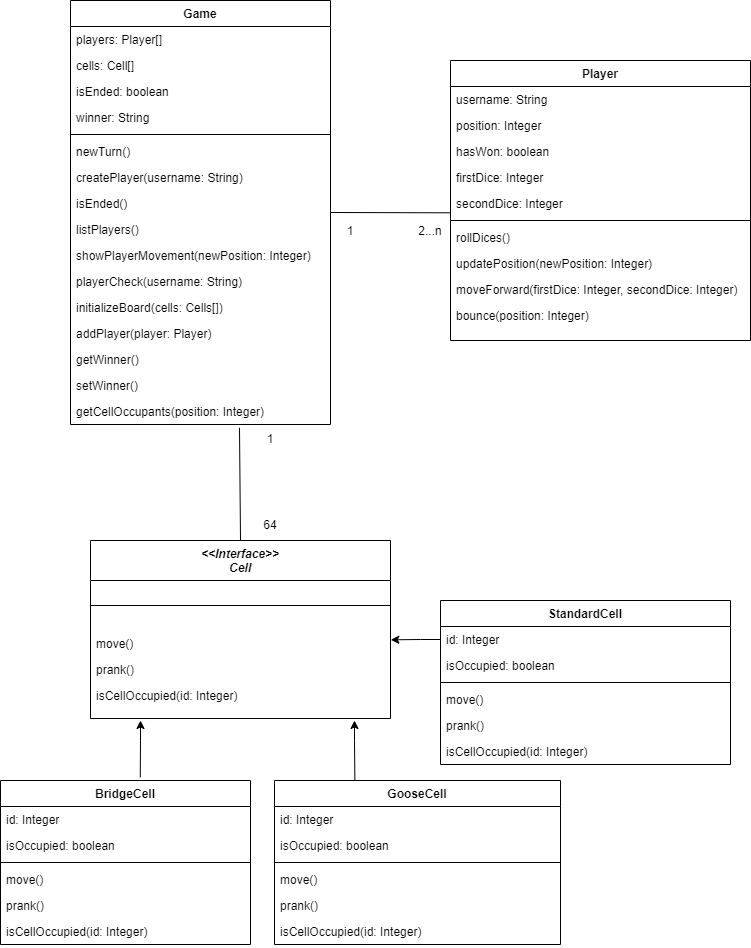
The draw.io diagram Diagrams/Class Diagram/TheGooseGame_ClassDiagram.png in diegorodolfofranco/the-goose-game, before a commit. Source tidied: cells renumbered, new cells last; positions are measured from the earlier drawing's top-left corner, leaving out a move shared by most shapes.
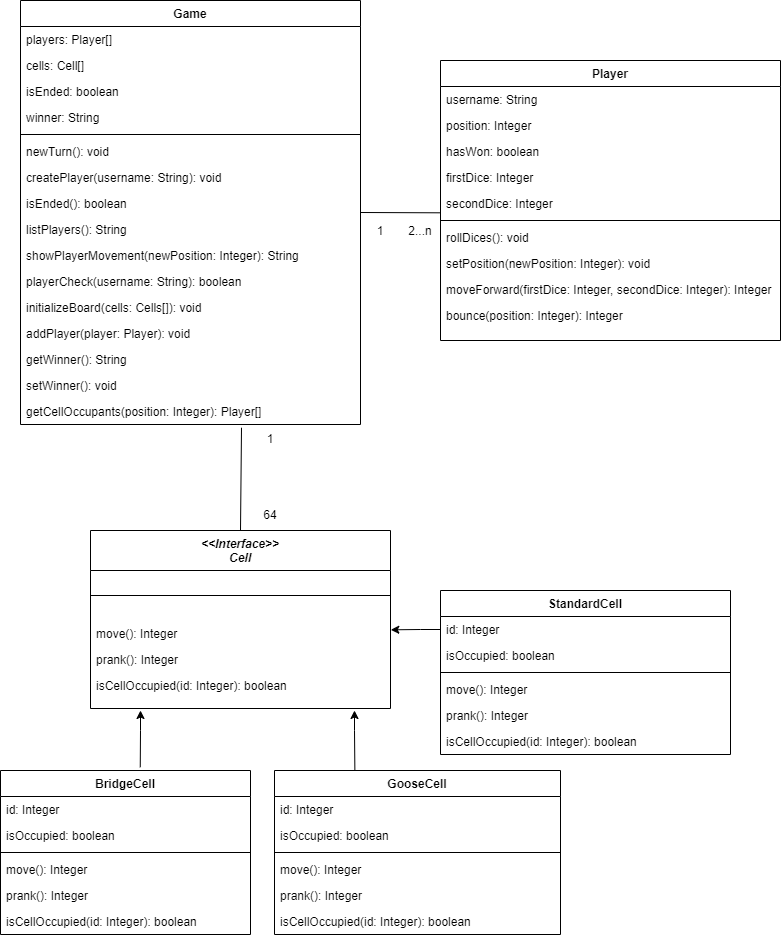
The same diagram one commit later.

The edit, as a diff of the source:
```diff
@@ -3,106 +3,106 @@
     <mxCell id="0" />
     <mxCell id="1" parent="0" />
     <mxCell id="2" value="Game" style="swimlane;fontStyle=1;align=center;verticalAlign=top;horizontal=1;startSize=26;rounded=0;shadow=0;strokeWidth=1;" parent="1" vertex="1">
-      <mxGeometry x="70" width="260" height="424" as="geometry" />
+      <mxGeometry x="-10" width="340" height="424" as="geometry" />
     </mxCell>
     <mxCell id="3" value="players: Player[]" style="text;align=left;verticalAlign=top;spacingLeft=4;spacingRight=4;overflow=hidden;" parent="2" vertex="1">
-      <mxGeometry y="26" width="260" height="26" as="geometry" />
+      <mxGeometry y="26" width="340" height="26" as="geometry" />
     </mxCell>
     <mxCell id="4" value="cells: Cell[]" style="text;align=left;verticalAlign=top;spacingLeft=4;spacingRight=4;overflow=hidden;rounded=0;shadow=0;html=0;" parent="2" vertex="1">
-      <mxGeometry y="52" width="260" height="26" as="geometry" />
+      <mxGeometry y="52" width="340" height="26" as="geometry" />
     </mxCell>
     <mxCell id="5" value="isEnded: boolean" style="text;align=left;verticalAlign=top;spacingLeft=4;spacingRight=4;overflow=hidden;rounded=0;shadow=0;html=0;" parent="2" vertex="1">
-      <mxGeometry y="78" width="260" height="26" as="geometry" />
+      <mxGeometry y="78" width="340" height="26" as="geometry" />
     </mxCell>
     <mxCell id="6" value="winner: String" style="text;align=left;verticalAlign=top;spacingLeft=4;spacingRight=4;overflow=hidden;" parent="2" vertex="1">
-      <mxGeometry y="104" width="260" height="26" as="geometry" />
+      <mxGeometry y="104" width="340" height="26" as="geometry" />
     </mxCell>
     <mxCell id="7" style="line;html=1;strokeWidth=1;align=left;verticalAlign=middle;spacingTop=-1;spacingLeft=3;spacingRight=3;labelPosition=right;" parent="2" vertex="1">
-      <mxGeometry y="130" width="260" height="8" as="geometry" />
+      <mxGeometry y="130" width="340" height="8" as="geometry" />
     </mxCell>
-    <mxCell id="8" value="newTurn()" style="text;align=left;verticalAlign=top;spacingLeft=4;spacingRight=4;overflow=hidden;" parent="2" vertex="1">
-      <mxGeometry y="138" width="260" height="26" as="geometry" />
+    <mxCell id="8" value="newTurn(): void" style="text;align=left;verticalAlign=top;spacingLeft=4;spacingRight=4;overflow=hidden;" parent="2" vertex="1">
+      <mxGeometry y="138" width="340" height="26" as="geometry" />
     </mxCell>
-    <mxCell id="9" value="createPlayer(username: String)" style="text;align=left;verticalAlign=top;spacingLeft=4;spacingRight=4;overflow=hidden;" parent="2" vertex="1">
-      <mxGeometry y="164" width="260" height="26" as="geometry" />
+    <mxCell id="9" value="createPlayer(username: String): void" style="text;align=left;verticalAlign=top;spacingLeft=4;spacingRight=4;overflow=hidden;" parent="2" vertex="1">
+      <mxGeometry y="164" width="340" height="26" as="geometry" />
     </mxCell>
-    <mxCell id="10" value="isEnded()" style="text;align=left;verticalAlign=top;spacingLeft=4;spacingRight=4;overflow=hidden;" parent="2" vertex="1">
-      <mxGeometry y="190" width="260" height="26" as="geometry" />
+    <mxCell id="10" value="isEnded(): boolean" style="text;align=left;verticalAlign=top;spacingLeft=4;spacingRight=4;overflow=hidden;" parent="2" vertex="1">
+      <mxGeometry y="190" width="340" height="26" as="geometry" />
     </mxCell>
-    <mxCell id="11" value="listPlayers()" style="text;align=left;verticalAlign=top;spacingLeft=4;spacingRight=4;overflow=hidden;" parent="2" vertex="1">
-      <mxGeometry y="216" width="260" height="26" as="geometry" />
+    <mxCell id="11" value="listPlayers(): String" style="text;align=left;verticalAlign=top;spacingLeft=4;spacingRight=4;overflow=hidden;" parent="2" vertex="1">
+      <mxGeometry y="216" width="340" height="26" as="geometry" />
     </mxCell>
-    <mxCell id="12" value="showPlayerMovement(newPosition: Integer)" style="text;align=left;verticalAlign=top;spacingLeft=4;spacingRight=4;overflow=hidden;" parent="2" vertex="1">
-      <mxGeometry y="242" width="260" height="26" as="geometry" />
+    <mxCell id="12" value="showPlayerMovement(newPosition: Integer): String" style="text;align=left;verticalAlign=top;spacingLeft=4;spacingRight=4;overflow=hidden;" parent="2" vertex="1">
+      <mxGeometry y="242" width="340" height="26" as="geometry" />
     </mxCell>
-    <mxCell id="13" value="playerCheck(username: String)" style="text;align=left;verticalAlign=top;spacingLeft=4;spacingRight=4;overflow=hidden;" parent="2" vertex="1">
-      <mxGeometry y="268" width="260" height="26" as="geometry" />
+    <mxCell id="13" value="playerCheck(username: String): boolean" style="text;align=left;verticalAlign=top;spacingLeft=4;spacingRight=4;overflow=hidden;" parent="2" vertex="1">
+      <mxGeometry y="268" width="340" height="26" as="geometry" />
     </mxCell>
-    <mxCell id="14" value="initializeBoard(cells: Cells[])" style="text;align=left;verticalAlign=top;spacingLeft=4;spacingRight=4;overflow=hidden;" parent="2" vertex="1">
-      <mxGeometry y="294" width="260" height="26" as="geometry" />
+    <mxCell id="14" value="initializeBoard(cells: Cells[]): void" style="text;align=left;verticalAlign=top;spacingLeft=4;spacingRight=4;overflow=hidden;" parent="2" vertex="1">
+      <mxGeometry y="294" width="340" height="26" as="geometry" />
     </mxCell>
-    <mxCell id="15" value="addPlayer(player: Player)" style="text;align=left;verticalAlign=top;spacingLeft=4;spacingRight=4;overflow=hidden;" parent="2" vertex="1">
-      <mxGeometry y="320" width="260" height="26" as="geometry" />
+    <mxCell id="15" value="addPlayer(player: Player): void" style="text;align=left;verticalAlign=top;spacingLeft=4;spacingRight=4;overflow=hidden;" parent="2" vertex="1">
+      <mxGeometry y="320" width="340" height="26" as="geometry" />
     </mxCell>
-    <mxCell id="16" value="getWinner()" style="text;align=left;verticalAlign=top;spacingLeft=4;spacingRight=4;overflow=hidden;" parent="2" vertex="1">
-      <mxGeometry y="346" width="260" height="26" as="geometry" />
+    <mxCell id="16" value="getWinner(): String" style="text;align=left;verticalAlign=top;spacingLeft=4;spacingRight=4;overflow=hidden;" parent="2" vertex="1">
+      <mxGeometry y="346" width="340" height="26" as="geometry" />
     </mxCell>
-    <mxCell id="17" value="setWinner()" style="text;align=left;verticalAlign=top;spacingLeft=4;spacingRight=4;overflow=hidden;" parent="2" vertex="1">
-      <mxGeometry y="372" width="260" height="26" as="geometry" />
+    <mxCell id="17" value="setWinner(): void" style="text;align=left;verticalAlign=top;spacingLeft=4;spacingRight=4;overflow=hidden;" parent="2" vertex="1">
+      <mxGeometry y="372" width="340" height="26" as="geometry" />
     </mxCell>
-    <mxCell id="18" value="getCellOccupants(position: Integer)" style="text;align=left;verticalAlign=top;spacingLeft=4;spacingRight=4;overflow=hidden;points=[[0,0.5],[1,0.5]];portConstraint=eastwest;" parent="2" vertex="1">
-      <mxGeometry y="398" width="260" height="26" as="geometry" />
+    <mxCell id="18" value="getCellOccupants(position: Integer): Player[]" style="text;align=left;verticalAlign=top;spacingLeft=4;spacingRight=4;overflow=hidden;points=[[0,0.5],[1,0.5]];portConstraint=eastwest;" parent="2" vertex="1">
+      <mxGeometry y="398" width="340" height="26" as="geometry" />
     </mxCell>
     <mxCell id="19" value="&lt;&lt;Interface&gt;&gt;&#10;Cell" style="swimlane;fontStyle=3;align=center;verticalAlign=top;horizontal=1;startSize=40;rounded=0;shadow=0;strokeWidth=1;" parent="1" vertex="1">
-      <mxGeometry x="90" y="540" width="300" height="178" as="geometry" />
+      <mxGeometry x="60" y="530" width="300" height="178" as="geometry" />
     </mxCell>
     <mxCell id="20" style="line;html=1;strokeWidth=1;align=left;verticalAlign=middle;spacingTop=-1;spacingLeft=3;spacingRight=3;labelPosition=right;" parent="19" vertex="1">
       <mxGeometry y="40" width="300" height="50" as="geometry" />
     </mxCell>
-    <mxCell id="21" value="move()" style="text;align=left;verticalAlign=top;spacingLeft=4;spacingRight=4;overflow=hidden;" parent="19" vertex="1">
+    <mxCell id="21" value="move(): Integer" style="text;align=left;verticalAlign=top;spacingLeft=4;spacingRight=4;overflow=hidden;" parent="19" vertex="1">
       <mxGeometry y="90" width="300" height="26" as="geometry" />
     </mxCell>
-    <mxCell id="22" value="prank()" style="text;align=left;verticalAlign=top;spacingLeft=4;spacingRight=4;overflow=hidden;" parent="19" vertex="1">
+    <mxCell id="22" value="prank(): Integer" style="text;align=left;verticalAlign=top;spacingLeft=4;spacingRight=4;overflow=hidden;" parent="19" vertex="1">
       <mxGeometry y="116" width="300" height="26" as="geometry" />
     </mxCell>
-    <mxCell id="23" value="isCellOccupied(id: Integer)" style="text;align=left;verticalAlign=top;spacingLeft=4;spacingRight=4;overflow=hidden;" parent="19" vertex="1">
+    <mxCell id="23" value="isCellOccupied(id: Integer): boolean" style="text;align=left;verticalAlign=top;spacingLeft=4;spacingRight=4;overflow=hidden;" parent="19" vertex="1">
       <mxGeometry y="142" width="300" height="26" as="geometry" />
     </mxCell>
     <mxCell id="24" value="Player" style="swimlane;fontStyle=1;align=center;verticalAlign=top;horizontal=1;startSize=26;rounded=0;shadow=0;strokeWidth=1;" parent="1" vertex="1">
-      <mxGeometry x="450" y="60" width="300" height="280" as="geometry" />
+      <mxGeometry x="410" y="60" width="340" height="280" as="geometry" />
     </mxCell>
     <mxCell id="25" value="username: String" style="text;align=left;verticalAlign=top;spacingLeft=4;spacingRight=4;overflow=hidden;" parent="24" vertex="1">
-      <mxGeometry y="26" width="300" height="26" as="geometry" />
+      <mxGeometry y="26" width="340" height="26" as="geometry" />
     </mxCell>
     <mxCell id="26" value="position: Integer" style="text;align=left;verticalAlign=top;spacingLeft=4;spacingRight=4;overflow=hidden;rounded=0;shadow=0;html=0;" parent="24" vertex="1">
-      <mxGeometry y="52" width="300" height="26" as="geometry" />
+      <mxGeometry y="52" width="340" height="26" as="geometry" />
     </mxCell>
     <mxCell id="27" value="hasWon: boolean" style="text;align=left;verticalAlign=top;spacingLeft=4;spacingRight=4;overflow=hidden;rounded=0;shadow=0;html=0;" parent="24" vertex="1">
-      <mxGeometry y="78" width="300" height="26" as="geometry" />
+      <mxGeometry y="78" width="340" height="26" as="geometry" />
     </mxCell>
     <mxCell id="28" value="firstDice: Integer" style="text;align=left;verticalAlign=top;spacingLeft=4;spacingRight=4;overflow=hidden;rounded=0;shadow=0;html=0;" parent="24" vertex="1">
-      <mxGeometry y="104" width="300" height="26" as="geometry" />
+      <mxGeometry y="104" width="340" height="26" as="geometry" />
     </mxCell>
     <mxCell id="29" value="secondDice: Integer" style="text;align=left;verticalAlign=top;spacingLeft=4;spacingRight=4;overflow=hidden;points=[[0,0.5],[1,0.5]];portConstraint=eastwest;rounded=0;shadow=0;html=0;" parent="24" vertex="1">
-      <mxGeometry y="130" width="300" height="26" as="geometry" />
+      <mxGeometry y="130" width="340" height="26" as="geometry" />
     </mxCell>
     <mxCell id="30" style="line;html=1;strokeWidth=1;align=left;verticalAlign=middle;spacingTop=-1;spacingLeft=3;spacingRight=3;labelPosition=right;" parent="24" vertex="1">
-      <mxGeometry y="156" width="300" height="8" as="geometry" />
+      <mxGeometry y="156" width="340" height="8" as="geometry" />
     </mxCell>
-    <mxCell id="31" value="rollDices()" style="text;align=left;verticalAlign=top;spacingLeft=4;spacingRight=4;overflow=hidden;" parent="24" vertex="1">
-      <mxGeometry y="164" width="300" height="26" as="geometry" />
+    <mxCell id="31" value="rollDices(): void" style="text;align=left;verticalAlign=top;spacingLeft=4;spacingRight=4;overflow=hidden;" parent="24" vertex="1">
+      <mxGeometry y="164" width="340" height="26" as="geometry" />
     </mxCell>
-    <mxCell id="32" value="updatePosition(newPosition: Integer)" style="text;align=left;verticalAlign=top;spacingLeft=4;spacingRight=4;overflow=hidden;" parent="24" vertex="1">
-      <mxGeometry y="190" width="300" height="26" as="geometry" />
+    <mxCell id="32" value="setPosition(newPosition: Integer): void" style="text;align=left;verticalAlign=top;spacingLeft=4;spacingRight=4;overflow=hidden;" parent="24" vertex="1">
+      <mxGeometry y="190" width="340" height="26" as="geometry" />
     </mxCell>
-    <mxCell id="33" value="moveForward(firstDice: Integer, secondDice: Integer)" style="text;align=left;verticalAlign=top;spacingLeft=4;spacingRight=4;overflow=hidden;" parent="24" vertex="1">
-      <mxGeometry y="216" width="300" height="26" as="geometry" />
+    <mxCell id="33" value="moveForward(firstDice: Integer, secondDice: Integer): Integer" style="text;align=left;verticalAlign=top;spacingLeft=4;spacingRight=4;overflow=hidden;" parent="24" vertex="1">
+      <mxGeometry y="216" width="340" height="26" as="geometry" />
     </mxCell>
-    <mxCell id="34" value="bounce(position: Integer)" style="text;align=left;verticalAlign=top;spacingLeft=4;spacingRight=4;overflow=hidden;" parent="24" vertex="1">
-      <mxGeometry y="242" width="300" height="26" as="geometry" />
+    <mxCell id="34" value="bounce(position: Integer): Integer" style="text;align=left;verticalAlign=top;spacingLeft=4;spacingRight=4;overflow=hidden;" parent="24" vertex="1">
+      <mxGeometry y="242" width="340" height="26" as="geometry" />
     </mxCell>
     <mxCell id="35" value="BridgeCell" style="swimlane;fontStyle=1;align=center;verticalAlign=top;horizontal=1;startSize=26;rounded=0;shadow=0;strokeWidth=1;" parent="1" vertex="1">
-      <mxGeometry y="780" width="250" height="164" as="geometry" />
+      <mxGeometry x="-30" y="770" width="250" height="164" as="geometry" />
     </mxCell>
     <mxCell id="36" value="id: Integer" style="text;align=left;verticalAlign=top;spacingLeft=4;spacingRight=4;overflow=hidden;" parent="35" vertex="1">
       <mxGeometry y="26" width="250" height="26" as="geometry" />
@@ -113,17 +113,17 @@
     <mxCell id="38" style="line;html=1;strokeWidth=1;align=left;verticalAlign=middle;spacingTop=-1;spacingLeft=3;spacingRight=3;labelPosition=right;" parent="35" vertex="1">
       <mxGeometry y="78" width="250" height="8" as="geometry" />
     </mxCell>
-    <mxCell id="39" value="move()" style="text;align=left;verticalAlign=top;spacingLeft=4;spacingRight=4;overflow=hidden;" parent="35" vertex="1">
+    <mxCell id="39" value="move(): Integer" style="text;align=left;verticalAlign=top;spacingLeft=4;spacingRight=4;overflow=hidden;" parent="35" vertex="1">
       <mxGeometry y="86" width="250" height="26" as="geometry" />
     </mxCell>
-    <mxCell id="40" value="prank()" style="text;align=left;verticalAlign=top;spacingLeft=4;spacingRight=4;overflow=hidden;" parent="35" vertex="1">
+    <mxCell id="40" value="prank(): Integer" style="text;align=left;verticalAlign=top;spacingLeft=4;spacingRight=4;overflow=hidden;" parent="35" vertex="1">
       <mxGeometry y="112" width="250" height="26" as="geometry" />
     </mxCell>
-    <mxCell id="41" value="isCellOccupied(id: Integer)" style="text;align=left;verticalAlign=top;spacingLeft=4;spacingRight=4;overflow=hidden;" parent="35" vertex="1">
+    <mxCell id="41" value="isCellOccupied(id: Integer): boolean" style="text;align=left;verticalAlign=top;spacingLeft=4;spacingRight=4;overflow=hidden;" parent="35" vertex="1">
       <mxGeometry y="138" width="250" height="26" as="geometry" />
     </mxCell>
     <mxCell id="42" value="GooseCell" style="swimlane;fontStyle=1;align=center;verticalAlign=top;horizontal=1;startSize=26;rounded=0;shadow=0;strokeWidth=1;" parent="1" vertex="1">
-      <mxGeometry x="274" y="780" width="286" height="164" as="geometry" />
+      <mxGeometry x="244" y="770" width="286" height="164" as="geometry" />
     </mxCell>
     <mxCell id="43" value="id: Integer" style="text;align=left;verticalAlign=top;spacingLeft=4;spacingRight=4;overflow=hidden;" parent="42" vertex="1">
       <mxGeometry y="26" width="286" height="26" as="geometry" />
@@ -134,17 +134,17 @@
     <mxCell id="45" style="line;html=1;strokeWidth=1;align=left;verticalAlign=middle;spacingTop=-1;spacingLeft=3;spacingRight=3;labelPosition=right;" parent="42" vertex="1">
       <mxGeometry y="78" width="286" height="8" as="geometry" />
     </mxCell>
-    <mxCell id="46" value="move()" style="text;align=left;verticalAlign=top;spacingLeft=4;spacingRight=4;overflow=hidden;" parent="42" vertex="1">
+    <mxCell id="46" value="move(): Integer" style="text;align=left;verticalAlign=top;spacingLeft=4;spacingRight=4;overflow=hidden;" parent="42" vertex="1">
       <mxGeometry y="86" width="286" height="26" as="geometry" />
     </mxCell>
-    <mxCell id="47" value="prank()" style="text;align=left;verticalAlign=top;spacingLeft=4;spacingRight=4;overflow=hidden;" parent="42" vertex="1">
+    <mxCell id="47" value="prank(): Integer" style="text;align=left;verticalAlign=top;spacingLeft=4;spacingRight=4;overflow=hidden;" parent="42" vertex="1">
       <mxGeometry y="112" width="286" height="26" as="geometry" />
     </mxCell>
-    <mxCell id="48" value="isCellOccupied(id: Integer)" style="text;align=left;verticalAlign=top;spacingLeft=4;spacingRight=4;overflow=hidden;" parent="42" vertex="1">
+    <mxCell id="48" value="isCellOccupied(id: Integer): boolean" style="text;align=left;verticalAlign=top;spacingLeft=4;spacingRight=4;overflow=hidden;" parent="42" vertex="1">
       <mxGeometry y="138" width="286" height="26" as="geometry" />
     </mxCell>
     <mxCell id="49" value="StandardCell" style="swimlane;fontStyle=1;align=center;verticalAlign=top;horizontal=1;startSize=26;rounded=0;shadow=0;strokeWidth=1;" parent="1" vertex="1">
-      <mxGeometry x="440" y="600" width="290" height="164" as="geometry" />
+      <mxGeometry x="410" y="590" width="290" height="164" as="geometry" />
     </mxCell>
     <mxCell id="50" value="id: Integer" style="text;align=left;verticalAlign=top;spacingLeft=4;spacingRight=4;overflow=hidden;" parent="49" vertex="1">
       <mxGeometry y="26" width="290" height="26" as="geometry" />
@@ -155,37 +155,37 @@
     <mxCell id="52" style="line;html=1;strokeWidth=1;align=left;verticalAlign=middle;spacingTop=-1;spacingLeft=3;spacingRight=3;labelPosition=right;" parent="49" vertex="1">
       <mxGeometry y="78" width="290" height="8" as="geometry" />
     </mxCell>
-    <mxCell id="53" value="move()" style="text;align=left;verticalAlign=top;spacingLeft=4;spacingRight=4;overflow=hidden;" parent="49" vertex="1">
+    <mxCell id="53" value="move(): Integer" style="text;align=left;verticalAlign=top;spacingLeft=4;spacingRight=4;overflow=hidden;" parent="49" vertex="1">
       <mxGeometry y="86" width="290" height="26" as="geometry" />
     </mxCell>
-    <mxCell id="54" value="prank()" style="text;align=left;verticalAlign=top;spacingLeft=4;spacingRight=4;overflow=hidden;" parent="49" vertex="1">
+    <mxCell id="54" value="prank(): Integer" style="text;align=left;verticalAlign=top;spacingLeft=4;spacingRight=4;overflow=hidden;" parent="49" vertex="1">
       <mxGeometry y="112" width="290" height="26" as="geometry" />
     </mxCell>
-    <mxCell id="55" value="isCellOccupied(id: Integer)" style="text;align=left;verticalAlign=top;spacingLeft=4;spacingRight=4;overflow=hidden;" parent="49" vertex="1">
+    <mxCell id="55" value="isCellOccupied(id: Integer): boolean" style="text;align=left;verticalAlign=top;spacingLeft=4;spacingRight=4;overflow=hidden;" parent="49" vertex="1">
       <mxGeometry y="138" width="290" height="26" as="geometry" />
     </mxCell>
     <mxCell id="56" style="endArrow=classic;html=1;rounded=0;exitX=0.559;exitY=-0.02;exitDx=0;exitDy=0;exitPerimeter=0;" parent="1" edge="1" source="35">
       <mxGeometry relative="1" as="geometry">
-        <mxPoint x="140" y="720" as="targetPoint" />
+        <mxPoint x="110" y="710" as="targetPoint" />
         <Array as="points">
-          <mxPoint x="140" y="740" />
+          <mxPoint x="110" y="730" />
         </Array>
       </mxGeometry>
     </mxCell>
     <mxCell id="57" style="endArrow=classic;html=1;rounded=0;exitX=0.281;exitY=0;exitDx=0;exitDy=0;exitPerimeter=0;" parent="1" edge="1" source="42">
       <mxGeometry relative="1" as="geometry">
-        <mxPoint x="354" y="720" as="targetPoint" />
+        <mxPoint x="324" y="710" as="targetPoint" />
         <Array as="points">
-          <mxPoint x="354" y="740" />
+          <mxPoint x="324" y="730" />
         </Array>
       </mxGeometry>
     </mxCell>
     <mxCell id="58" style="endArrow=classic;html=1;rounded=0;entryX=1.001;entryY=-0.026;entryDx=0;entryDy=0;entryPerimeter=0;" parent="1" edge="1">
       <mxGeometry relative="1" as="geometry">
-        <mxPoint x="440" y="639" as="sourcePoint" />
-        <mxPoint x="390.3" y="639.3" as="targetPoint" />
+        <mxPoint x="410" y="629" as="sourcePoint" />
+        <mxPoint x="360.3" y="629.3" as="targetPoint" />
         <Array as="points">
-          <mxPoint x="420" y="639" />
+          <mxPoint x="390" y="629" />
         </Array>
       </mxGeometry>
     </mxCell>
@@ -193,10 +193,10 @@
       <mxGeometry relative="1" as="geometry" />
     </mxCell>
     <mxCell id="60" value="1" style="text;html=1;strokeColor=none;fillColor=none;align=center;verticalAlign=middle;whiteSpace=wrap;rounded=0;" parent="1" vertex="1">
-      <mxGeometry x="240" y="424" width="60" height="30" as="geometry" />
+      <mxGeometry x="210" y="424" width="60" height="30" as="geometry" />
     </mxCell>
     <mxCell id="61" value="64" style="text;html=1;strokeColor=none;fillColor=none;align=center;verticalAlign=middle;whiteSpace=wrap;rounded=0;" parent="1" vertex="1">
-      <mxGeometry x="240" y="510" width="60" height="30" as="geometry" />
+      <mxGeometry x="210" y="500" width="60" height="30" as="geometry" />
     </mxCell>
     <mxCell id="62" style="endArrow=none;html=1;rounded=0;entryX=0;entryY=0.858;entryDx=0;entryDy=0;entryPerimeter=0;" parent="1" edge="1" target="29">
       <mxGeometry relative="1" as="geometry">
@@ -207,7 +207,7 @@
       <mxGeometry x="320" y="216" width="60" height="30" as="geometry" />
     </mxCell>
     <mxCell id="64" value="2...n" style="text;html=1;strokeColor=none;fillColor=none;align=center;verticalAlign=middle;whiteSpace=wrap;rounded=0;" parent="1" vertex="1">
-      <mxGeometry x="400" y="216" width="60" height="30" as="geometry" />
+      <mxGeometry x="360" y="216" width="60" height="30" as="geometry" />
     </mxCell>
   </root>
 </mxGraphModel>
```
